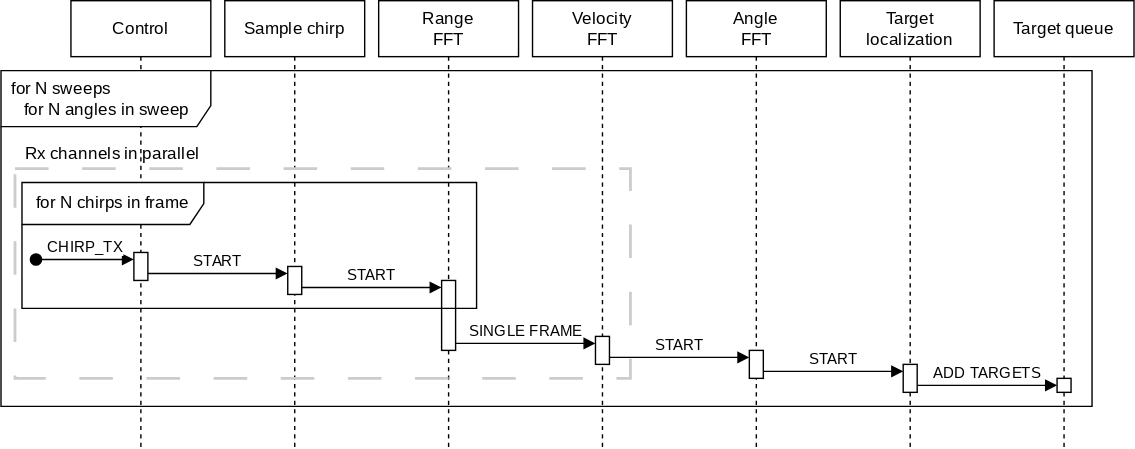
Mikkelnn/ESD6-Project keeps this draw.io diagram as Figures/systemDesign/overview/sequenceDiagramRx.svg. Above is the earlier version. Source tidied: cells renumbered, new cells last; positions are measured from the earlier drawing's top-left corner, leaving out a move shared by most shapes.
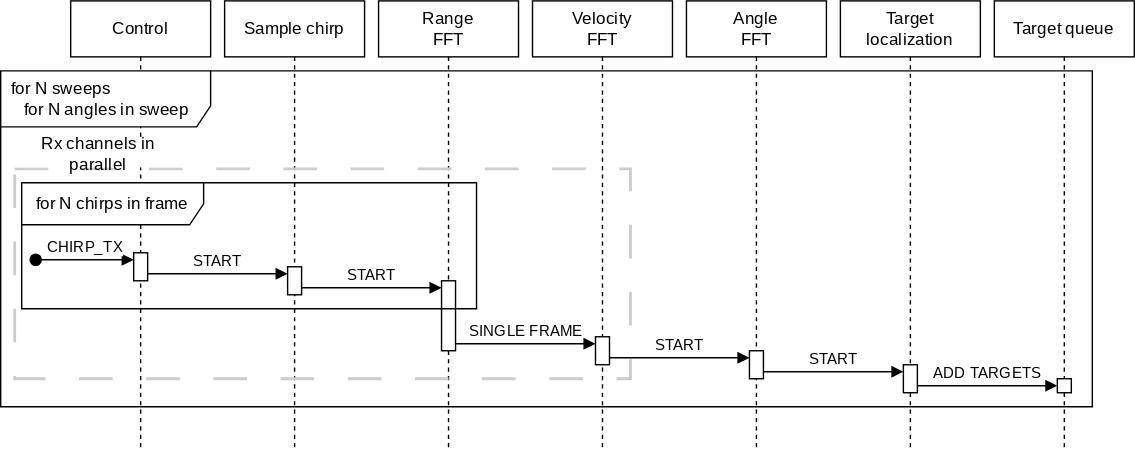
After the change.

Diff of the diagram source:
```diff
@@ -89,8 +89,8 @@
     <mxCell id="25" style="rounded=0;whiteSpace=wrap;html=1;fillColor=none;dashed=1;dashPattern=12 12;strokeWidth=2;strokeColor=light-dark(#CCCCCC,#EDEDED);fontFamily=latex;fontSource=http%3A%2F%2Fsourceforge.net%2Fprojects%2Fcm-unicode%2Ffiles%2FOldFiles%2Fcm-unicode-fix-0.6.3.tar.bz2%2Fdownload;" parent="1" vertex="1">
       <mxGeometry x="10" y="120" width="440" height="150" as="geometry" />
     </mxCell>
-    <mxCell id="26" value="Rx channels in parallel" style="text;html=1;align=center;verticalAlign=middle;whiteSpace=wrap;rounded=0;fontFamily=latex;fontSource=http%3A%2F%2Fsourceforge.net%2Fprojects%2Fcm-unicode%2Ffiles%2FOldFiles%2Fcm-unicode-fix-0.6.3.tar.bz2%2Fdownload;" parent="1" vertex="1">
-      <mxGeometry x="10" y="100" width="140" height="20" as="geometry" />
+    <mxCell id="26" value="Rx channels in parallel" style="text;html=1;align=center;verticalAlign=middle;whiteSpace=wrap;rounded=0;fontFamily=latex;fontSource=http%3A%2F%2Fsourceforge.net%2Fprojects%2Fcm-unicode%2Ffiles%2FOldFiles%2Fcm-unicode-fix-0.6.3.tar.bz2%2Fdownload;fillColor=default;" parent="1" vertex="1">
+      <mxGeometry x="10" y="99" width="120" height="20" as="geometry" />
     </mxCell>
   </root>
 </mxGraphModel>
```
